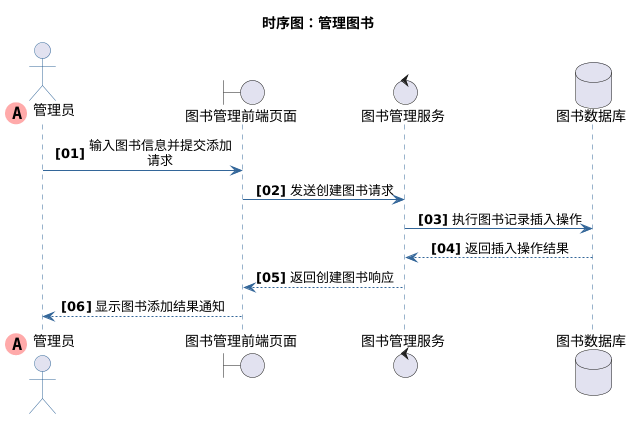
Sunday17/UML-LLM keeps this PlantUML diagram as output/library_UML/sequence_diagrams/管理图书.png. Above is the earlier version. Its diagram source:
```plantuml
@startuml
title 时序图：管理图书
skinparam maxMessageSize 150
skinparam sequenceMessageAlign center
autonumber "<b>[00]"

skinparam sequence {
    ArrowColor #336699
    ActorBorderColor #336699
    LifeLineBorderColor #336699
    LifeLineBackgroundColor #E2E8F0

    ParticipantBorderColor #336699
    ParticipantBackgroundColor #EBF4FA
    ParticipantFontColor #333333
    ParticipantFontSize 14

    DatabaseBorderColor #336699
    DatabaseBackgroundColor #EBF4FA
    DatabaseFontColor #333333

    BoundaryBorderColor #336699
    BoundaryBackgroundColor #EBF4FA

    ControlBorderColor #336699
    ControlBackgroundColor #EBF4FA
}




actor "管理员" << (A,#FFAAAA) >> order 0





boundary "图书管理前端页面"





control "图书管理服务"





database "图书数据库"








"管理员" -> "图书管理前端页面" : 输入图书信息并提交添加请求



"图书管理前端页面" -> "图书管理服务" : 发送创建图书请求



"图书管理服务" -> "图书数据库" : 执行图书记录插入操作



"图书数据库" --> "图书管理服务" : 返回插入操作结果



"图书管理服务" --> "图书管理前端页面" : 返回创建图书响应



"图书管理前端页面" --> "管理员" : 显示图书添加结果通知
@enduml
```
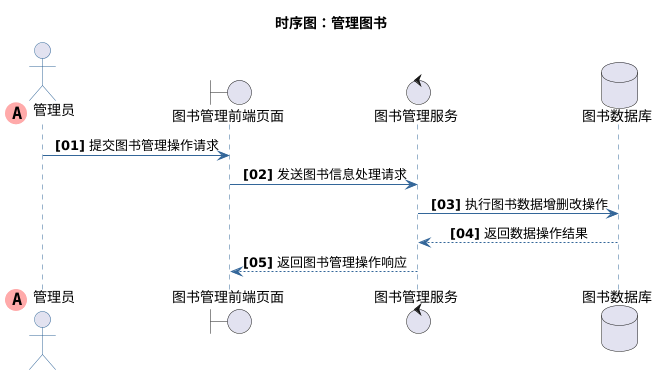
After the change.

The edit, as a diff of the source:
```diff
@@ -56,25 +56,21 @@
 
 
 
-"管理员" -> "图书管理前端页面" : 输入图书信息并提交添加请求
+"管理员" -> "图书管理前端页面" : 提交图书管理操作请求
 
 
 
-"图书管理前端页面" -> "图书管理服务" : 发送创建图书请求
+"图书管理前端页面" -> "图书管理服务" : 发送图书信息处理请求
 
 
 
-"图书管理服务" -> "图书数据库" : 执行图书记录插入操作
+"图书管理服务" -> "图书数据库" : 执行图书数据增删改操作
 
 
 
-"图书数据库" --> "图书管理服务" : 返回插入操作结果
+"图书数据库" --> "图书管理服务" : 返回数据操作结果
 
 
 
-"图书管理服务" --> "图书管理前端页面" : 返回创建图书响应
-
-
-
-"图书管理前端页面" --> "管理员" : 显示图书添加结果通知
+"图书管理服务" --> "图书管理前端页面" : 返回图书管理操作响应
 @enduml
```
